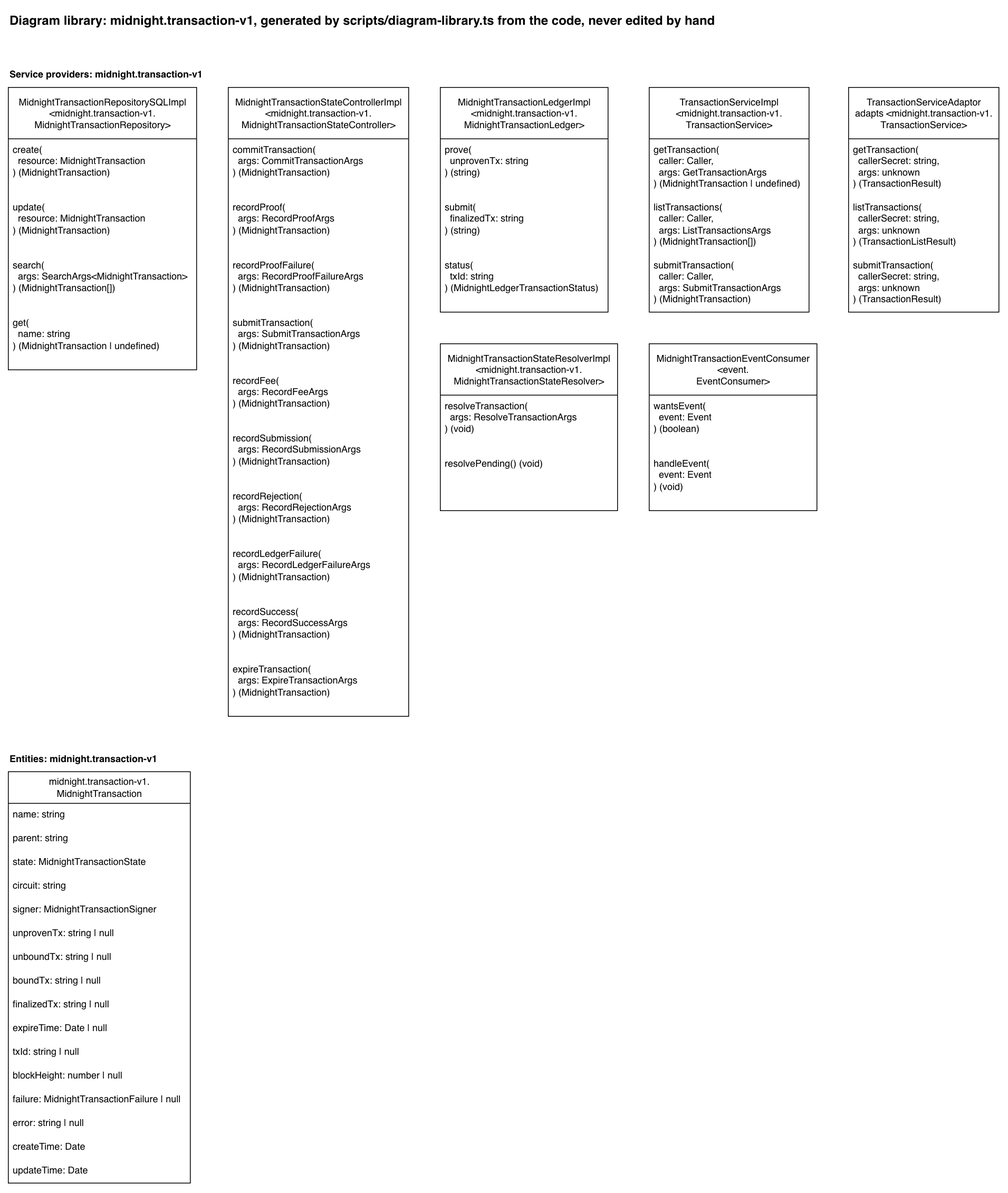
The draw.io diagram docs/diagram-library/midnight/transaction-v1/diagram-library.drawio.png in sig-net/full-stack-demo, before a commit. Source tidied: cells renumbered, new cells last; positions are measured from the earlier drawing's top-left corner, leaving out a move shared by most shapes.
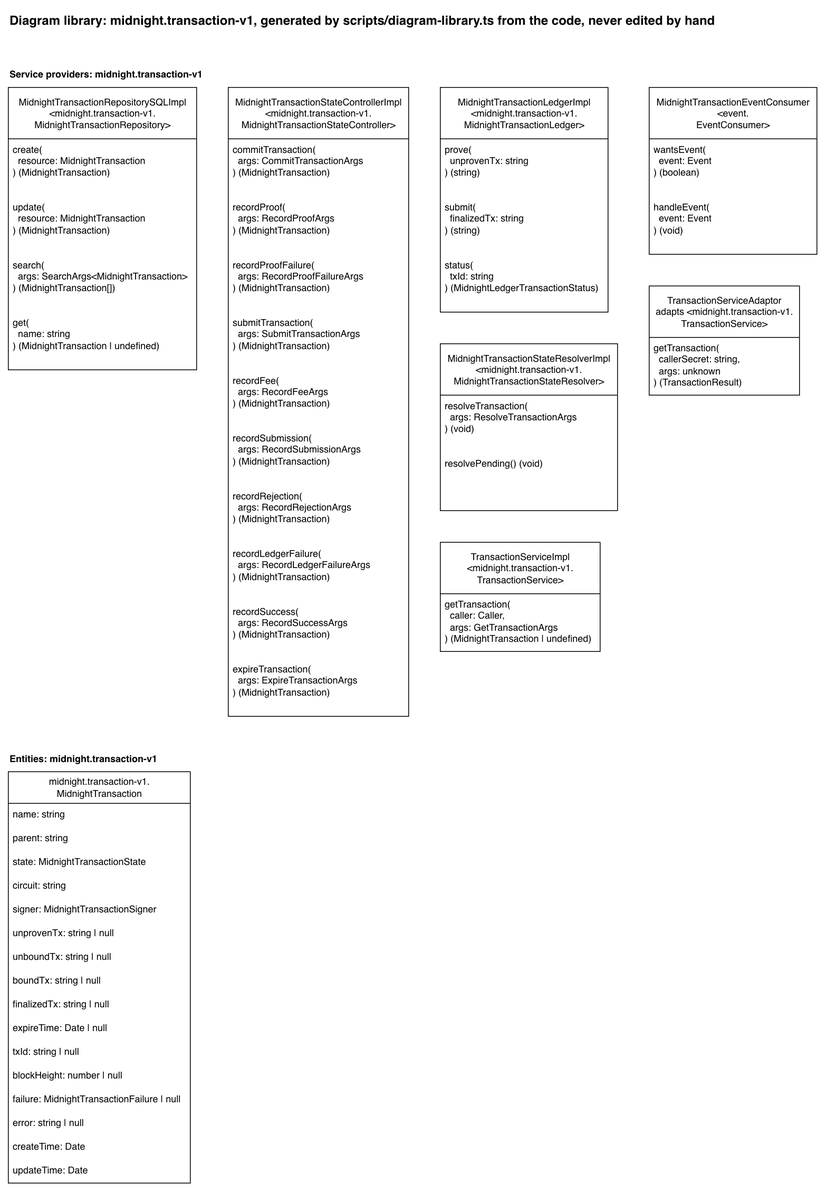
Later version of the same file.

What changed in the source:
```diff
@@ -78,19 +78,13 @@
       <mxGeometry y="138" width="224" height="73" as="geometry" />
     </mxCell>
     <mxCell id="27" value="TransactionServiceImpl&lt;br&gt;&amp;lt;midnight.transaction-v1.&lt;br&gt;TransactionService&amp;gt;" style="swimlane;fontStyle=0;horizontal=1;startSize=65;fillColor=default;html=1;fillStyle=solid;" parent="1" vertex="1">
-      <mxGeometry x="810" y="100" width="202" height="284" as="geometry" />
+      <mxGeometry x="546" y="675" width="202" height="138" as="geometry" />
     </mxCell>
     <mxCell id="28" value="getTransaction(&lt;br&gt;&amp;nbsp; caller: Caller,&lt;br&gt;&amp;nbsp; args: GetTransactionArgs&lt;br&gt;) (MidnightTransaction | undefined)" style="text;strokeColor=none;fillColor=none;align=left;verticalAlign=top;spacingLeft=4;spacingRight=4;overflow=hidden;whiteSpace=wrap;html=1;" parent="27" vertex="1">
       <mxGeometry y="65" width="202" height="73" as="geometry" />
     </mxCell>
-    <mxCell id="29" value="listTransactions(&lt;br&gt;&amp;nbsp; caller: Caller,&lt;br&gt;&amp;nbsp; args: ListTransactionsArgs&lt;br&gt;) (MidnightTransaction[])" style="text;strokeColor=none;fillColor=none;align=left;verticalAlign=top;spacingLeft=4;spacingRight=4;overflow=hidden;whiteSpace=wrap;html=1;" parent="27" vertex="1">
-      <mxGeometry y="138" width="202" height="73" as="geometry" />
-    </mxCell>
-    <mxCell id="30" value="submitTransaction(&lt;br&gt;&amp;nbsp; caller: Caller,&lt;br&gt;&amp;nbsp; args: SubmitTransactionArgs&lt;br&gt;) (MidnightTransaction)" style="text;strokeColor=none;fillColor=none;align=left;verticalAlign=top;spacingLeft=4;spacingRight=4;overflow=hidden;whiteSpace=wrap;html=1;" parent="27" vertex="1">
-      <mxGeometry y="211" width="202" height="73" as="geometry" />
-    </mxCell>
     <mxCell id="31" value="MidnightTransactionEventConsumer&lt;br&gt;&amp;lt;event.&lt;br&gt;EventConsumer&amp;gt;" style="swimlane;fontStyle=0;horizontal=1;startSize=65;fillColor=default;html=1;fillStyle=solid;" parent="1" vertex="1">
-      <mxGeometry x="810" y="424" width="212" height="211" as="geometry" />
+      <mxGeometry x="810" y="100" width="212" height="211" as="geometry" />
     </mxCell>
     <mxCell id="32" value="wantsEvent(&lt;br&gt;&amp;nbsp; event: Event&lt;br&gt;) (boolean)" style="text;strokeColor=none;fillColor=none;align=left;verticalAlign=top;spacingLeft=4;spacingRight=4;overflow=hidden;whiteSpace=wrap;html=1;" parent="31" vertex="1">
       <mxGeometry y="65" width="212" height="73" as="geometry" />
@@ -99,17 +93,11 @@
       <mxGeometry y="138" width="212" height="73" as="geometry" />
     </mxCell>
     <mxCell id="34" value="TransactionServiceAdaptor&lt;br&gt;adapts &amp;lt;midnight.transaction-v1.&lt;br&gt;TransactionService&amp;gt;" style="swimlane;fontStyle=0;horizontal=1;startSize=65;fillColor=default;html=1;fillStyle=solid;" parent="1" vertex="1">
-      <mxGeometry x="1062" y="100" width="190" height="284" as="geometry" />
+      <mxGeometry x="810" y="351" width="190" height="138" as="geometry" />
     </mxCell>
     <mxCell id="35" value="getTransaction(&lt;br&gt;&amp;nbsp; callerSecret: string,&lt;br&gt;&amp;nbsp; args: unknown&lt;br&gt;) (TransactionResult)" style="text;strokeColor=none;fillColor=none;align=left;verticalAlign=top;spacingLeft=4;spacingRight=4;overflow=hidden;whiteSpace=wrap;html=1;" parent="34" vertex="1">
       <mxGeometry y="65" width="190" height="73" as="geometry" />
     </mxCell>
-    <mxCell id="36" value="listTransactions(&lt;br&gt;&amp;nbsp; callerSecret: string,&lt;br&gt;&amp;nbsp; args: unknown&lt;br&gt;) (TransactionListResult)" style="text;strokeColor=none;fillColor=none;align=left;verticalAlign=top;spacingLeft=4;spacingRight=4;overflow=hidden;whiteSpace=wrap;html=1;" parent="34" vertex="1">
-      <mxGeometry y="138" width="190" height="73" as="geometry" />
-    </mxCell>
-    <mxCell id="37" value="submitTransaction(&lt;br&gt;&amp;nbsp; callerSecret: string,&lt;br&gt;&amp;nbsp; args: unknown&lt;br&gt;) (TransactionResult)" style="text;strokeColor=none;fillColor=none;align=left;verticalAlign=top;spacingLeft=4;spacingRight=4;overflow=hidden;whiteSpace=wrap;html=1;" parent="34" vertex="1">
-      <mxGeometry y="211" width="190" height="73" as="geometry" />
-    </mxCell>
     <mxCell id="38" value="Entities: midnight.transaction-v1" style="text;html=1;fontStyle=1;" parent="1" vertex="1">
       <mxGeometry y="935" width="208" height="20" as="geometry" />
     </mxCell>
```
